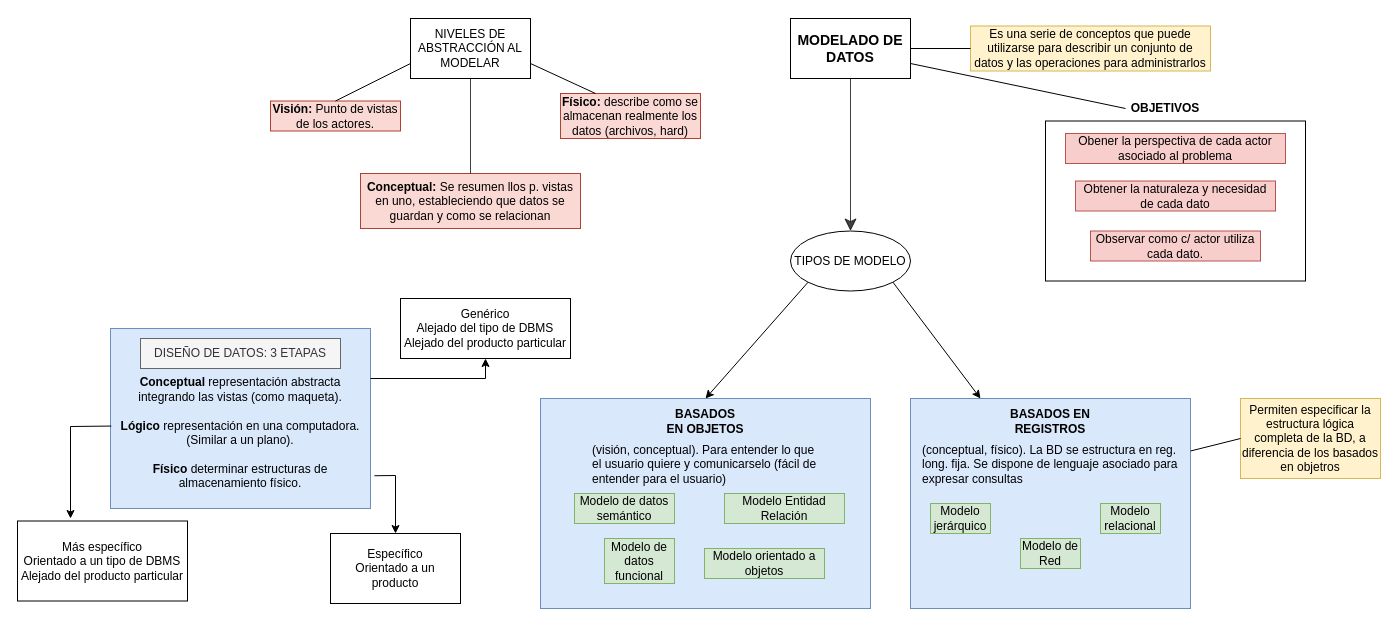
Earlier version of the draw.io diagram page "Modelos de datos" (2 of 4) of Diagrama-resumen.drawio (senras/DBD). Source tidied: cells renumbered, new cells numbered last; positions are measured from the earlier drawing's top-left corner, leaving out a move shared by most shapes. Both pictures are drawn from the tidied source at 100%, with x=0, y=0 at pixel (17, 18).
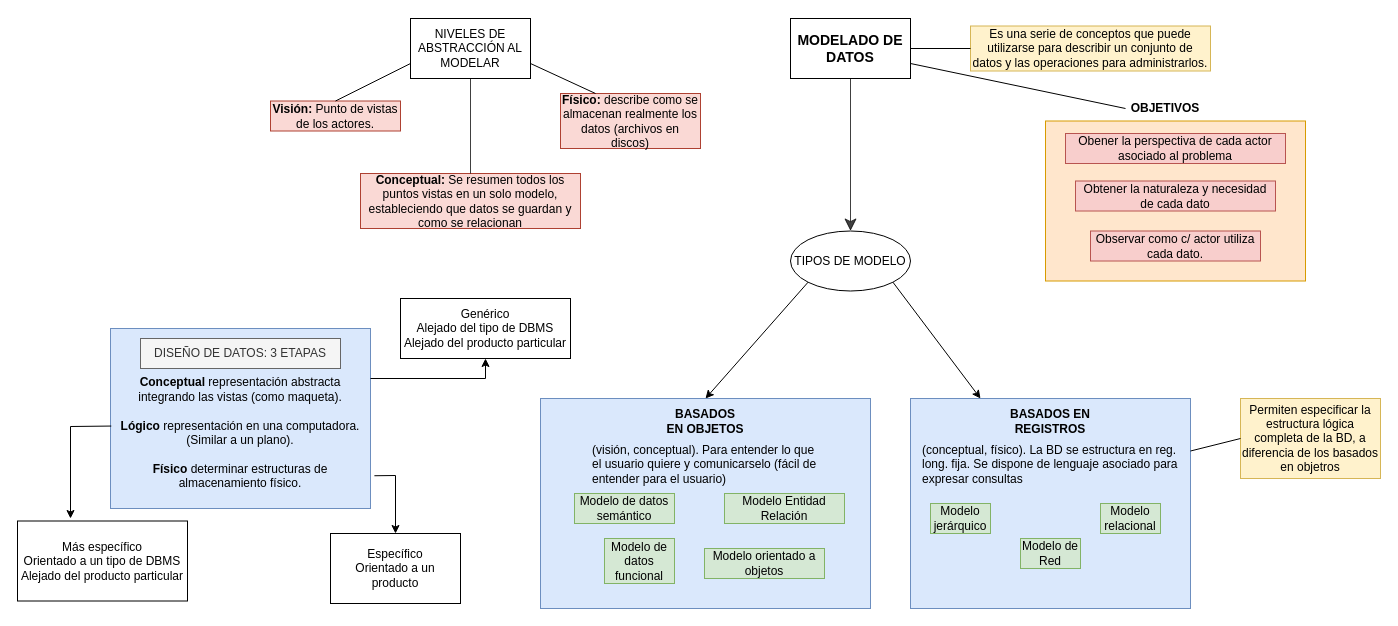
The same page after the edit.

What changed in the source:
```diff
@@
-    <mxCell id="2" style="rounded=0;whiteSpace=wrap;html=1;" parent="1" vertex="1">
+    <mxCell id="2" style="rounded=0;whiteSpace=wrap;html=1;fillColor=#ffe6cc;strokeColor=#d79b00;" parent="1" vertex="1">
       <mxGeometry x="1028" y="102.5" width="260" height="160" as="geometry" />
     </mxCell>
@@
-    <mxCell id="8" value="&lt;b&gt;Conceptual:&lt;/b&gt; Se resumen llos p. vistas en uno, estableciendo que datos se guardan y como se relacionan" style="text;html=1;strokeColor=#ae4132;fillColor=#fad9d5;align=center;verticalAlign=middle;whiteSpace=wrap;rounded=0;" parent="1" vertex="1">
+    <mxCell id="8" value="&lt;b&gt;Conceptual:&lt;/b&gt; Se resumen todos los puntos vistas en un solo modelo, estableciendo que datos se guardan y como se relacionan" style="text;html=1;strokeColor=#ae4132;fillColor=#fad9d5;align=center;verticalAlign=middle;whiteSpace=wrap;rounded=0;" parent="1" vertex="1">
       <mxGeometry x="343" y="155" width="220" height="55" as="geometry" />
     </mxCell>
-    <mxCell id="9" value="&lt;b&gt;Físico:&lt;/b&gt; describe como se almacenan realmente los datos (archivos, hard)" style="text;html=1;strokeColor=#ae4132;fillColor=#fad9d5;align=center;verticalAlign=middle;whiteSpace=wrap;rounded=0;" parent="1" vertex="1">
-      <mxGeometry x="543" y="75" width="140" height="45" as="geometry" />
+    <mxCell id="9" value="&lt;b&gt;Físico:&lt;/b&gt; describe como se almacenan realmente los datos (archivos en discos)" style="text;html=1;strokeColor=#ae4132;fillColor=#fad9d5;align=center;verticalAlign=middle;whiteSpace=wrap;rounded=0;" parent="1" vertex="1">
+      <mxGeometry x="543" y="75" width="140" height="55" as="geometry" />
     </mxCell>
-    <mxCell id="10" value="Es una serie de conceptos que puede utilizarse para describir un conjunto de datos y las operaciones para administrarlos" style="text;html=1;strokeColor=#d6b656;fillColor=#fff2cc;align=center;verticalAlign=middle;whiteSpace=wrap;rounded=0;" parent="1" vertex="1">
+    <mxCell id="10" value="Es una serie de conceptos que puede utilizarse para describir un conjunto de datos y las operaciones para administrarlos." style="text;html=1;strokeColor=#d6b656;fillColor=#fff2cc;align=center;verticalAlign=middle;whiteSpace=wrap;rounded=0;" parent="1" vertex="1">
       <mxGeometry x="953" y="7.5" width="240" height="45" as="geometry" />
     </mxCell>
```
